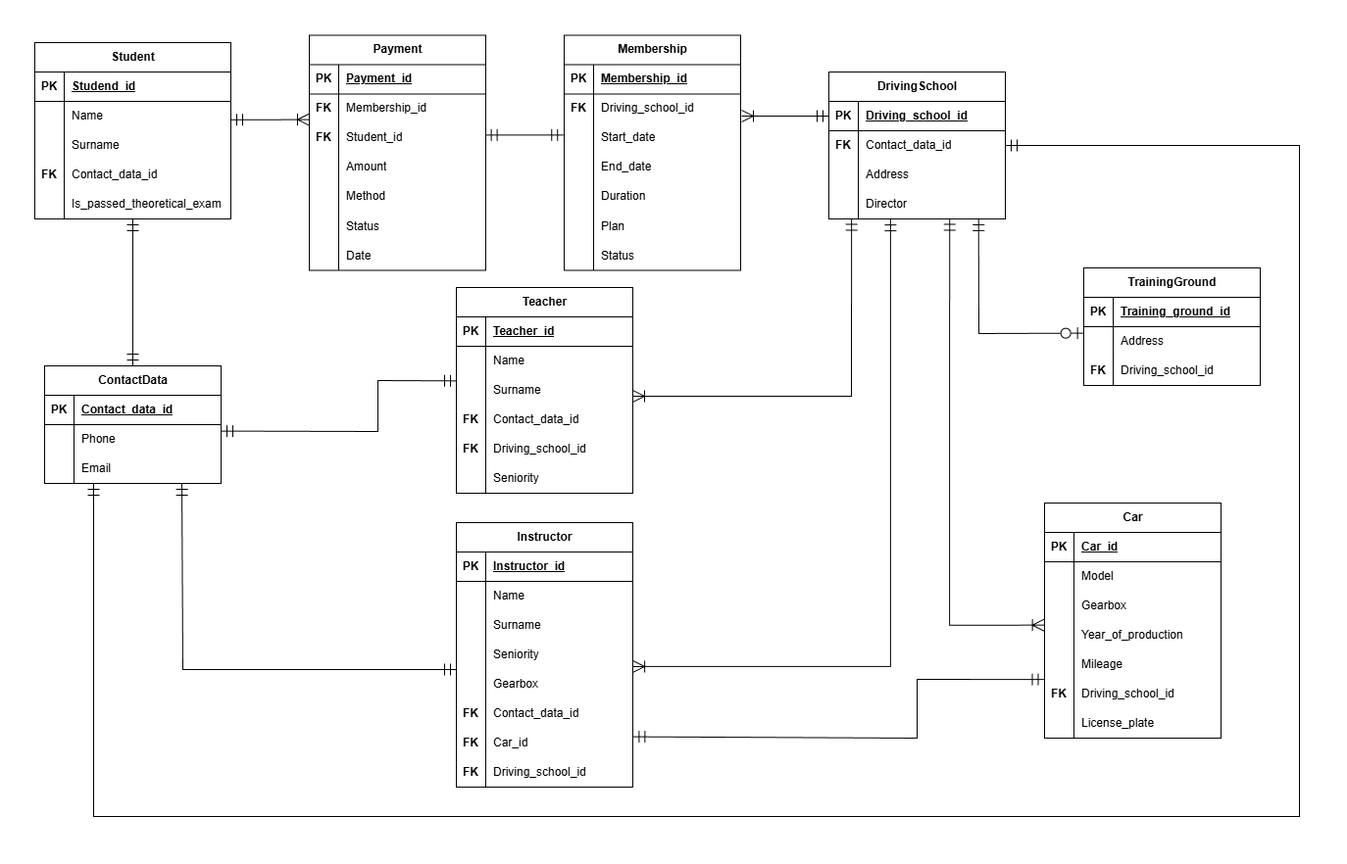
Before: Lab1/Crow's foot diagram.png, a diagram exported from draw.io (KyryloBB/Software-engineering-components). Source tidied: cells renumbered, new cells last; positions are measured from the earlier drawing's top-left corner, leaving out a move shared by most shapes.
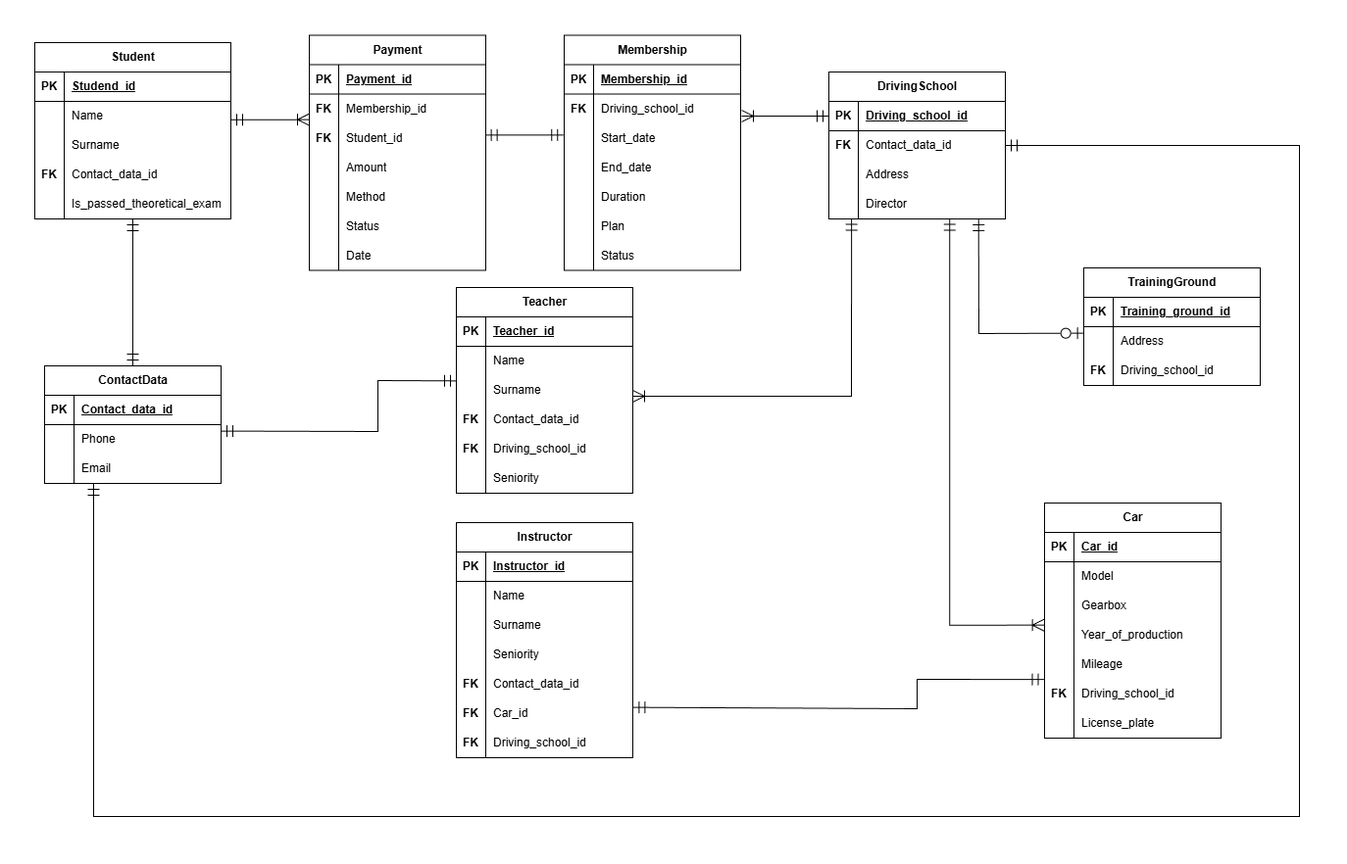
The same diagram one commit later.

Commit message:
deleted gearbox from instructor entity

Diff of the diagram source:
```diff
@@ -56,7 +56,7 @@
     <mxCell id="18" value="Is_passed_theoretical_exam" style="shape=partialRectangle;fillColor=none;top=0;left=0;bottom=0;right=0;align=left;spacingLeft=6;overflow=hidden;whiteSpace=wrap;html=1;" parent="16" vertex="1">
       <mxGeometry x="30" width="170" height="30" as="geometry" />
     </mxCell>
-    <mxCell id="19" style="rounded=0;jettySize=auto;html=1;endArrow=ERoneToMany;endFill=0;startArrow=ERmandOne;startFill=0;exitX=0.405;exitY=1.006;exitDx=0;exitDy=0;exitPerimeter=0;edgeStyle=orthogonalEdgeStyle;entryX=1.001;entryY=-0.102;entryDx=0;entryDy=0;entryPerimeter=0;startSize=10;endSize=10;" parent="1" edge="1" target="119">
+    <mxCell id="19" style="rounded=0;jettySize=auto;html=1;endArrow=ERoneToMany;endFill=0;startArrow=ERmandOne;startFill=0;exitX=0.405;exitY=1.006;exitDx=0;exitDy=0;exitPerimeter=0;edgeStyle=orthogonalEdgeStyle;entryX=1.001;entryY=-0.102;entryDx=0;entryDy=0;entryPerimeter=0;startSize=10;endSize=10;" parent="1" edge="1" target="x">
       <mxGeometry relative="1" as="geometry">
         <mxPoint x="872.9" y="188.2" as="sourcePoint" />
       </mxGeometry>
@@ -320,7 +320,7 @@
       <mxGeometry x="30" width="150" height="30" as="geometry" />
     </mxCell>
     <mxCell id="106" value="Instructor" style="shape=table;startSize=30;rowLines=0;fontStyle=1;align=center;html=1;" parent="1" vertex="1">
-      <mxGeometry x="430" y="498" width="180" height="270" as="geometry" />
+      <mxGeometry x="430" y="498" width="180" height="240" as="geometry" />
     </mxCell>
     <mxCell id="107" style="shape=tableRow;horizontal=0;startSize=0;swimlaneHead=0;swimlaneBody=0;fillColor=none;top=0;left=0;right=0;bottom=1;" parent="106" vertex="1">
       <mxGeometry y="30" width="180" height="30" as="geometry" />
@@ -358,17 +358,8 @@
     <mxCell id="118" value="Seniority" style="shape=partialRectangle;fillColor=none;top=0;left=0;bottom=0;right=0;align=left;spacingLeft=6;overflow=hidden;whiteSpace=wrap;html=1;" parent="116" vertex="1">
       <mxGeometry x="30" width="150" height="30" as="geometry" />
     </mxCell>
-    <mxCell id="119" style="shape=tableRow;horizontal=0;startSize=0;swimlaneHead=0;swimlaneBody=0;fillColor=none;points=[[0,0.5],[1,0.5]];portConstraint=eastwest;top=0;left=0;right=0;bottom=0;" parent="106" vertex="1">
-      <mxGeometry y="150" width="180" height="30" as="geometry" />
-    </mxCell>
-    <mxCell id="120" style="shape=partialRectangle;fillColor=none;top=0;left=0;bottom=0;right=0;overflow=hidden;whiteSpace=wrap;html=1;" parent="119" vertex="1">
-      <mxGeometry width="30" height="30" as="geometry" />
-    </mxCell>
-    <mxCell id="121" value="Gearbox" style="shape=partialRectangle;fillColor=none;top=0;left=0;bottom=0;right=0;align=left;spacingLeft=6;overflow=hidden;whiteSpace=wrap;html=1;" parent="119" vertex="1">
-      <mxGeometry x="30" width="150" height="30" as="geometry" />
-    </mxCell>
     <mxCell id="122" style="shape=tableRow;horizontal=0;startSize=0;swimlaneHead=0;swimlaneBody=0;fillColor=none;top=0;left=0;right=0;bottom=0;" parent="106" vertex="1">
-      <mxGeometry y="180" width="180" height="30" as="geometry" />
+      <mxGeometry y="150" width="180" height="30" as="geometry" />
     </mxCell>
     <mxCell id="123" value="&lt;b&gt;FK&lt;/b&gt;" style="shape=partialRectangle;fillColor=none;top=0;left=0;bottom=0;right=0;overflow=hidden;whiteSpace=wrap;html=1;" parent="122" vertex="1">
       <mxGeometry width="30" height="30" as="geometry" />
@@ -377,7 +368,7 @@
       <mxGeometry x="30" width="150" height="30" as="geometry" />
     </mxCell>
     <mxCell id="125" style="shape=tableRow;horizontal=0;startSize=0;swimlaneHead=0;swimlaneBody=0;fillColor=none;points=[[0,0.5],[1,0.5]];portConstraint=eastwest;top=0;left=0;right=0;bottom=0;" parent="106" vertex="1">
-      <mxGeometry y="210" width="180" height="30" as="geometry" />
+      <mxGeometry y="180" width="180" height="30" as="geometry" />
     </mxCell>
     <mxCell id="126" value="&lt;b&gt;FK&lt;/b&gt;" style="shape=partialRectangle;fillColor=none;top=0;left=0;bottom=0;right=0;overflow=hidden;whiteSpace=wrap;html=1;" parent="125" vertex="1">
       <mxGeometry width="30" height="30" as="geometry" />
@@ -386,7 +377,7 @@
       <mxGeometry x="30" width="150" height="30" as="geometry" />
     </mxCell>
     <mxCell id="128" style="shape=tableRow;horizontal=0;startSize=0;swimlaneHead=0;swimlaneBody=0;fillColor=none;top=0;left=0;right=0;bottom=0;" parent="106" vertex="1">
-      <mxGeometry y="240" width="180" height="30" as="geometry" />
+      <mxGeometry y="210" width="180" height="30" as="geometry" />
     </mxCell>
     <mxCell id="129" value="&lt;b&gt;FK&lt;/b&gt;" style="shape=partialRectangle;fillColor=none;top=0;left=0;bottom=0;right=0;overflow=hidden;whiteSpace=wrap;html=1;" parent="128" vertex="1">
       <mxGeometry width="30" height="30" as="geometry" />
@@ -490,7 +481,7 @@
     <mxCell id="162" value="License_plate" style="shape=partialRectangle;fillColor=none;top=0;left=0;bottom=0;right=0;align=left;spacingLeft=6;overflow=hidden;whiteSpace=wrap;html=1;" parent="160" vertex="1">
       <mxGeometry x="30" width="150" height="30" as="geometry" />
     </mxCell>
-    <mxCell id="163" style="rounded=0;jettySize=auto;html=1;endArrow=ERmandOne;endFill=0;endSize=10;startArrow=ERmandOne;startFill=0;startSize=10;edgeStyle=orthogonalEdgeStyle;exitX=0.778;exitY=1;exitDx=0;exitDy=0;exitPerimeter=0;" parent="1" edge="1" source="84" target="119">
+    <mxCell id="163" style="rounded=0;jettySize=auto;html=1;endArrow=ERmandOne;endFill=0;endSize=10;startArrow=ERmandOne;startFill=0;startSize=10;edgeStyle=orthogonalEdgeStyle;exitX=0.778;exitY=1;exitDx=0;exitDy=0;exitPerimeter=0;" parent="1" edge="1" source="84" target="x">
       <mxGeometry relative="1" as="geometry">
         <Array as="points">
           <mxPoint x="151" y="458" />
@@ -547,7 +538,7 @@
     <mxCell id="171" style="endArrow=ERmandOne;html=1;rounded=0;exitX=1.002;exitY=0.287;exitDx=0;exitDy=0;exitPerimeter=0;entryX=-0.003;entryY=0.005;entryDx=0;entryDy=0;entryPerimeter=0;endFill=0;endSize=10;startArrow=ERmandOne;startFill=0;startSize=10;" parent="1" edge="1" source="125" target="157">
       <mxGeometry relative="1" as="geometry">
         <Array as="points">
-          <mxPoint x="900" y="718" />
+          <mxPoint x="900" y="688" />
           <mxPoint x="900" y="658" />
         </Array>
       </mxGeometry>
```
